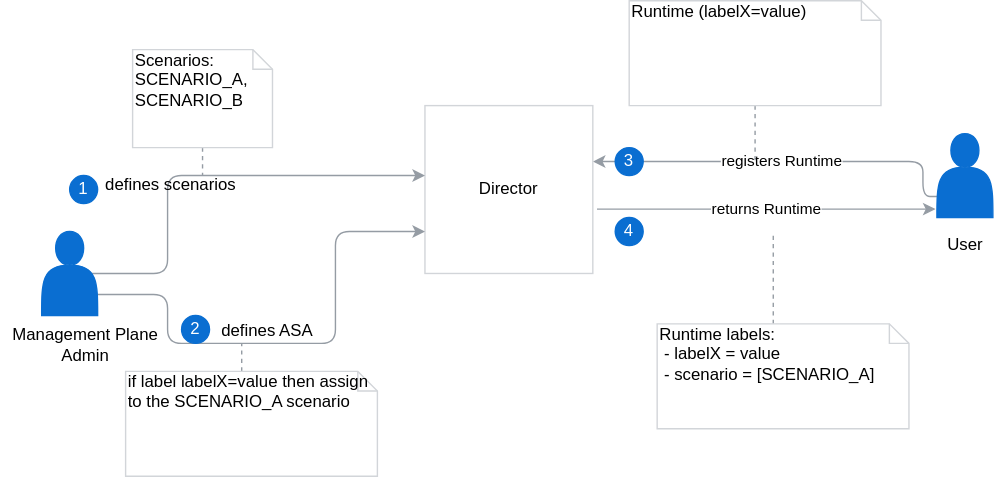
The draw.io diagram docs/compass/assets/automatic-scenario-assign.svg in kyma-incubator/compass, before a commit. Source tidied: cells renumbered, new cells last; positions are measured from the earlier drawing's top-left corner, leaving out a move shared by most shapes.
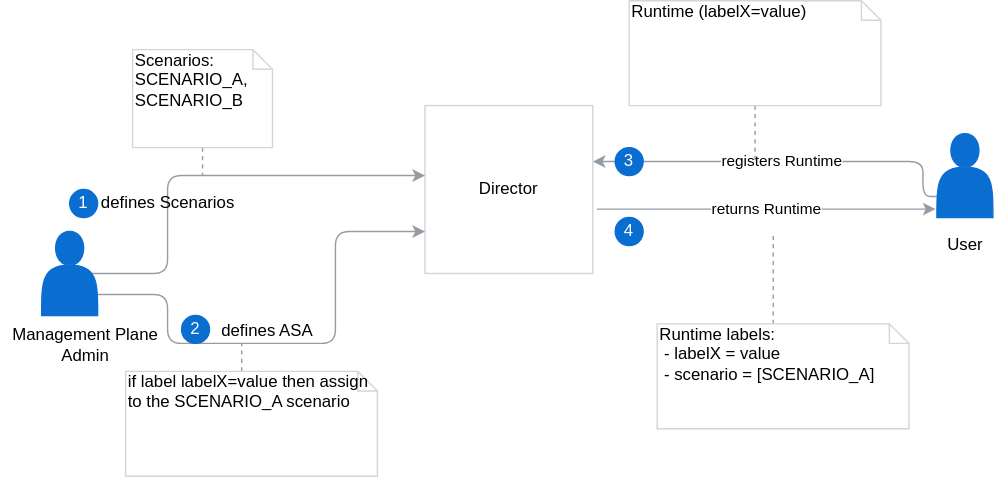
Later version of the same file.

What changed in the source:
```diff
@@ -26,9 +26,9 @@
         </Array>
       </mxGeometry>
     </mxCell>
-    <mxCell id="6" value="defines scenarios" style="text;html=1;align=center;verticalAlign=middle;" parent="5" vertex="1">
-      <mxGeometry x="-0.23" y="-1" relative="1" as="geometry" />
-    </mxCell>
+    <mxCell id="25" value="defines Scenarios" style="text;html=1;align=center;verticalAlign=middle;" parent="5" vertex="1">
+      <mxGeometry x="-0.32" y="1" relative="1" as="geometry" />
+    </mxCell>
     <mxCell id="7" style="edgeStyle=orthogonalEdgeStyle;rounded=1;jettySize=auto;html=1;exitX=1;exitY=0.75;exitDx=0;exitDy=0;entryX=0;entryY=0.75;entryDx=0;entryDy=0;strokeColor=#959CA4;" parent="1" edge="1" source="16" target="4">
       <mxGeometry relative="1" as="geometry">
         <Array as="points">
@@ -75,7 +75,7 @@
       <mxGeometry x="29" y="165" width="40" height="60" as="geometry" />
     </mxCell>
     <mxCell id="17" value="&lt;font color=&quot;#ffffff&quot;&gt;1&lt;/font&gt;" style="ellipse;whiteSpace=wrap;html=1;strokeColor=#0A6ED1;fillColor=#0A6ED1;" parent="1" vertex="1">
-      <mxGeometry x="49" y="125" width="20" height="20" as="geometry" />
+      <mxGeometry x="49" y="135" width="20" height="20" as="geometry" />
     </mxCell>
     <mxCell id="18" value="&lt;font color=&quot;#ffffff&quot;&gt;2&lt;/font&gt;" style="ellipse;whiteSpace=wrap;html=1;strokeColor=#0A6ED1;fillColor=#0A6ED1;" parent="1" vertex="1">
       <mxGeometry x="129" y="225" width="20" height="20" as="geometry" />
```
